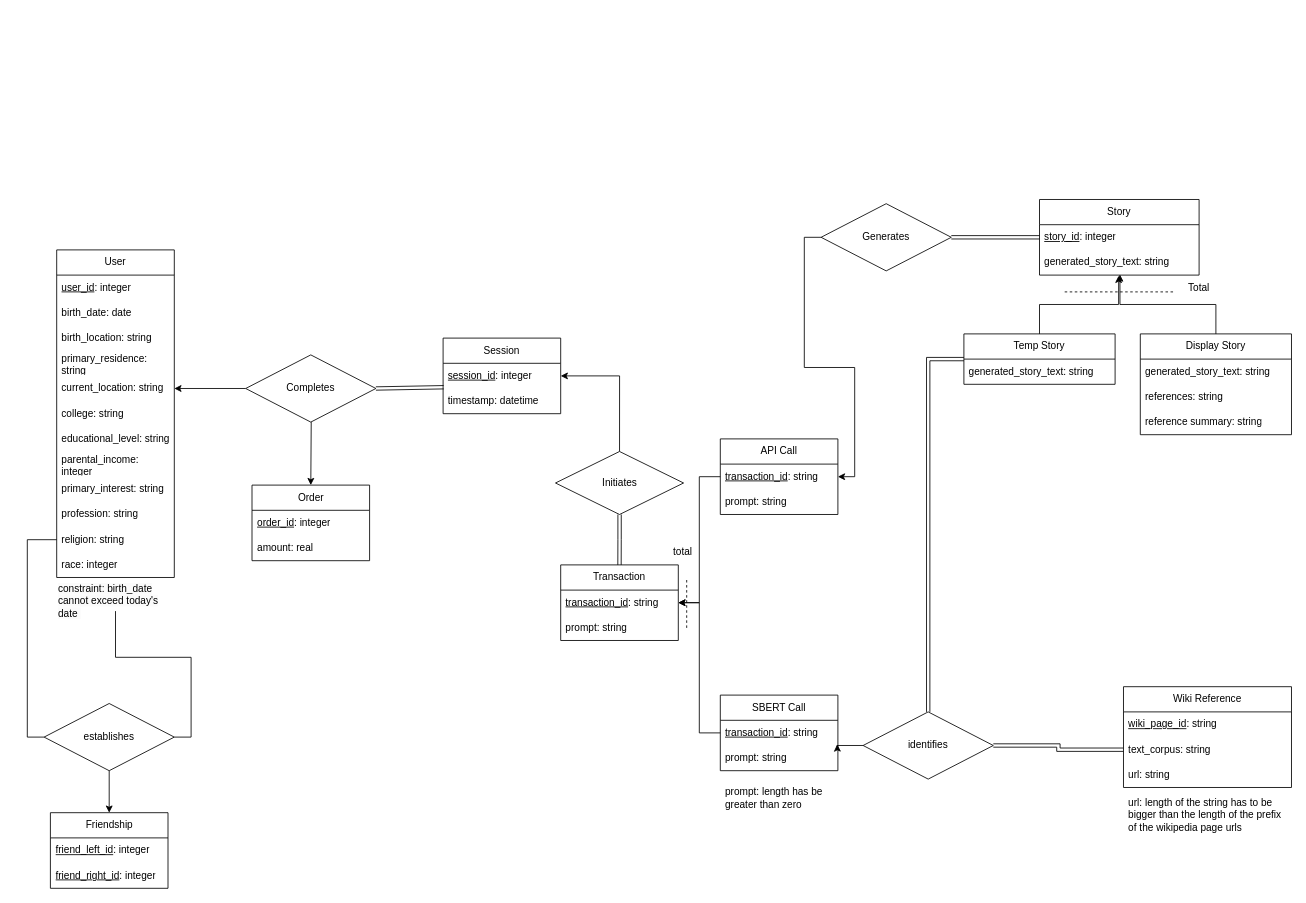
Before: er_diagram.drawio in jiajiabinx/IChing, a draw.io diagram. Source tidied: cells renumbered, new cells numbered last; positions are measured from the earlier drawing's top-left corner, leaving out a move shared by most shapes. Both pictures are drawn from the tidied source at 84%, with x=0, y=0 at pixel (44, 199).
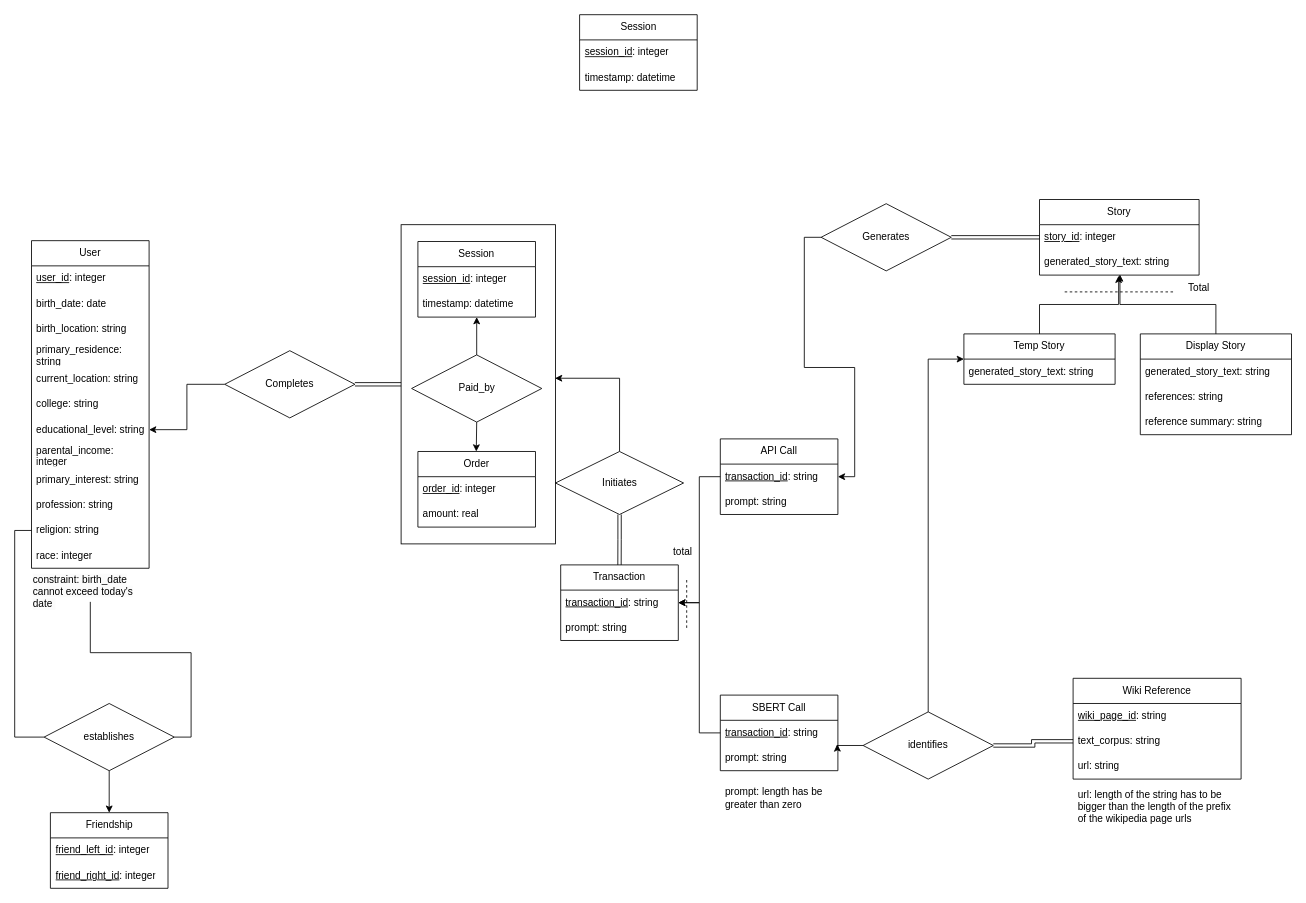
The same page after the edit.

Unchanged cells that the change refers to:
```xml
<mxCell id="3" value="&lt;u&gt;session_id&lt;/u&gt;: integer" style="text;strokeColor=none;fillColor=none;align=left;verticalAlign=middle;spacingLeft=4;spacingRight=4;overflow=hidden;points=[[0,0.5],[1,0.5]];portConstraint=eastwest;whiteSpace=wrap;html=1;" parent="2" vertex="1">
  <mxGeometry y="30" width="140" height="30" as="geometry" />
</mxCell>
<mxCell id="4" value="timestamp: datetime" style="text;strokeColor=none;fillColor=none;align=left;verticalAlign=middle;spacingLeft=4;spacingRight=4;overflow=hidden;points=[[0,0.5],[1,0.5]];portConstraint=eastwest;whiteSpace=wrap;html=1;" parent="2" vertex="1">
  <mxGeometry y="60" width="140" height="30" as="geometry" />
</mxCell>
<mxCell id="15" value="Temp Story" style="swimlane;fontStyle=0;horizontal=1;startSize=30;whiteSpace=wrap;html=1;" parent="1" vertex="1">
  <mxGeometry x="1095" y="160" width="180" height="60" as="geometry" />
</mxCell>
<mxCell id="29" value="Initiates" style="rhombus;whiteSpace=wrap;html=1;" parent="1" vertex="1">
  <mxGeometry x="608.8" y="300" width="152.5" height="75" as="geometry" />
</mxCell>
<mxCell id="32" value="identifies" style="rhombus;whiteSpace=wrap;html=1;" parent="1" vertex="1">
  <mxGeometry x="975" y="610" width="155" height="80" as="geometry" />
</mxCell>
<mxCell id="61" value="current_location: string" style="text;strokeColor=none;fillColor=none;align=left;verticalAlign=middle;spacingLeft=4;spacingRight=4;overflow=hidden;points=[[0,0.5],[1,0.5]];portConstraint=eastwest;whiteSpace=wrap;html=1;" parent="56" vertex="1">
  <mxGeometry y="150" width="140" height="30" as="geometry" />
</mxCell>
<mxCell id="63" value="educational_level: string" style="text;strokeColor=none;fillColor=none;align=left;verticalAlign=middle;spacingLeft=4;spacingRight=4;overflow=hidden;points=[[0,0.5],[1,0.5]];portConstraint=eastwest;whiteSpace=wrap;html=1;" parent="56" vertex="1">
  <mxGeometry y="210" width="140" height="30" as="geometry" />
</mxCell>
```

What changed in the source:
```diff
@@
+    <mxCell id="78" style="edgeStyle=orthogonalEdgeStyle;rounded=0;jettySize=auto;html=1;entryX=0.5;entryY=0;entryDx=0;entryDy=0;startArrow=classic;startFill=1;endArrow=none;endFill=0;" parent="1" edge="1" source="2" target="81">
+      <mxGeometry relative="1" as="geometry" />
+    </mxCell>
     <mxCell id="2" value="Session" style="swimlane;fontStyle=0;horizontal=1;startSize=30;whiteSpace=wrap;html=1;" parent="1" vertex="1">
-      <mxGeometry x="475" y="165" width="140" height="90" as="geometry" />
+      <mxGeometry x="445" y="50" width="140" height="90" as="geometry" />
     </mxCell>
@@
     <mxCell id="5" value="Order" style="swimlane;fontStyle=0;horizontal=1;startSize=30;whiteSpace=wrap;html=1;" parent="1" vertex="1">
-      <mxGeometry x="247.5" y="340" width="140" height="90" as="geometry" />
+      <mxGeometry x="445" y="300" width="140" height="90" as="geometry" />
     </mxCell>
@@
-    <mxCell id="11" style="edgeStyle=orthogonalEdgeStyle;rounded=0;jettySize=auto;html=1;exitX=0;exitY=0.5;exitDx=0;exitDy=0;entryX=1;entryY=0.5;entryDx=0;entryDy=0;startArrow=none;startFill=0;" parent="1" edge="1" source="12" target="61">
-      <mxGeometry relative="1" as="geometry" />
-    </mxCell>
+    <mxCell id="79" style="edgeStyle=orthogonalEdgeStyle;rounded=0;jettySize=auto;html=1;exitX=0;exitY=0.5;exitDx=0;exitDy=0;entryX=1;entryY=0.5;entryDx=0;entryDy=0;" parent="1" edge="1" source="12" target="63">
+      <mxGeometry relative="1" as="geometry" />
+    </mxCell>
     <mxCell id="12" value="Completes" style="rhombus;whiteSpace=wrap;html=1;" parent="1" vertex="1">
-      <mxGeometry x="240" y="185" width="155" height="80" as="geometry" />
+      <mxGeometry x="215" y="180" width="155" height="80" as="geometry" />
     </mxCell>
-    <mxCell id="13" style="endArrow=none;html=1;rounded=0;exitX=1;exitY=0.5;exitDx=0;exitDy=0;entryX=0.005;entryY=-0.05;entryDx=0;entryDy=0;entryPerimeter=0;shape=link;" parent="1" edge="1" source="12" target="4">
-      <mxGeometry relative="1" as="geometry" />
-    </mxCell>
-    <mxCell id="14" style="endArrow=none;html=1;rounded=0;exitX=0.5;exitY=0;exitDx=0;exitDy=0;endFill=0;startArrow=classic;startFill=1;" parent="1" edge="1" source="5">
-      <mxGeometry relative="1" as="geometry">
-        <mxPoint x="318" y="265" as="targetPoint" />
-      </mxGeometry>
-    </mxCell>
@@
-    <mxCell id="28" style="edgeStyle=orthogonalEdgeStyle;rounded=0;jettySize=auto;html=1;exitX=0.5;exitY=0;exitDx=0;exitDy=0;entryX=1;entryY=0.5;entryDx=0;entryDy=0;" parent="1" edge="1" source="29" target="3">
+    <mxCell id="28" style="edgeStyle=orthogonalEdgeStyle;rounded=0;jettySize=auto;html=1;exitX=0.5;exitY=0;exitDx=0;exitDy=0;entryX=0.997;entryY=0.481;entryDx=0;entryDy=0;entryPerimeter=0;" parent="1" edge="1" source="29" target="83">
       <mxGeometry relative="1" as="geometry" />
     </mxCell>
@@
-    <mxCell id="30" style="edgeStyle=orthogonalEdgeStyle;rounded=0;jettySize=auto;html=1;exitX=0.5;exitY=0;exitDx=0;exitDy=0;entryX=0;entryY=0.5;entryDx=0;entryDy=0;shape=link;" parent="1" edge="1" source="32" target="15">
+    <mxCell id="30" style="edgeStyle=orthogonalEdgeStyle;rounded=0;jettySize=auto;html=1;exitX=0.5;exitY=0;exitDx=0;exitDy=0;entryX=0;entryY=0.5;entryDx=0;entryDy=0;" parent="1" edge="1" source="32" target="15">
       <mxGeometry relative="1" as="geometry" />
     </mxCell>
@@
     <mxCell id="39" style="group;" parent="1" vertex="1">
-      <mxGeometry x="1285" y="580" width="200" height="215" as="geometry" />
+      <mxGeometry x="1225" y="570" width="200" height="215" as="geometry" />
     </mxCell>
@@
     <mxCell id="55" style="group;" parent="1" vertex="1">
-      <mxGeometry x="15" y="60" width="140" height="430" as="geometry" />
+      <mxGeometry x="-15" y="49" width="140" height="431" as="geometry" />
     </mxCell>
@@
+    <mxCell id="80" style="edgeStyle=orthogonalEdgeStyle;rounded=0;jettySize=auto;html=1;exitX=0.5;exitY=1;exitDx=0;exitDy=0;" parent="1" edge="1" source="81">
+      <mxGeometry relative="1" as="geometry">
+        <mxPoint x="514.5" y="300" as="targetPoint" />
+      </mxGeometry>
+    </mxCell>
+    <mxCell id="81" value="Paid_by" style="rhombus;whiteSpace=wrap;html=1;" parent="1" vertex="1">
+      <mxGeometry x="437.5" y="185" width="155" height="80" as="geometry" />
+    </mxCell>
+    <mxCell id="82" style="edgeStyle=orthogonalEdgeStyle;rounded=0;jettySize=auto;html=1;exitX=0;exitY=0.5;exitDx=0;exitDy=0;entryX=1;entryY=0.5;entryDx=0;entryDy=0;endArrow=none;endFill=0;shape=link;" parent="1" edge="1" source="83" target="12">
+      <mxGeometry relative="1" as="geometry" />
+    </mxCell>
+    <mxCell id="83" style="rounded=0;whiteSpace=wrap;html=1;fillColor=none;" parent="1" vertex="1">
+      <mxGeometry x="425" y="30" width="183.8" height="380" as="geometry" />
+    </mxCell>
+    <mxCell id="84" value="Session" style="swimlane;fontStyle=0;horizontal=1;startSize=30;whiteSpace=wrap;html=1;" parent="1" vertex="1">
+      <mxGeometry x="637.5" y="-220" width="140" height="90" as="geometry" />
+    </mxCell>
+    <mxCell id="85" value="&lt;u&gt;session_id&lt;/u&gt;: integer" style="text;strokeColor=none;fillColor=none;align=left;verticalAlign=middle;spacingLeft=4;spacingRight=4;overflow=hidden;whiteSpace=wrap;html=1;" parent="84" vertex="1">
+      <mxGeometry y="30" width="140" height="30" as="geometry" />
+    </mxCell>
+    <mxCell id="86" value="timestamp: datetime" style="text;strokeColor=none;fillColor=none;align=left;verticalAlign=middle;spacingLeft=4;spacingRight=4;overflow=hidden;whiteSpace=wrap;html=1;" parent="84" vertex="1">
+      <mxGeometry y="60" width="140" height="30" as="geometry" />
+    </mxCell>
```
